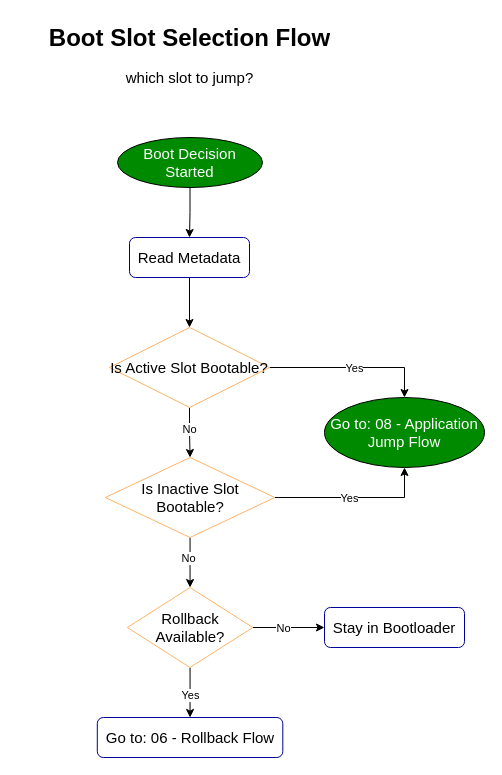
Above: page "07 - Boot Decision Flow" (8 of 9) of docs/HEXBOOT_F0_Architecture.drawio in brajogopal/HEXBOOT_F0 (draw.io), before the change. Source tidied: cells renumbered, new cells numbered last; positions are measured from the earlier drawing's top-left corner, leaving out a move shared by most shapes. Both pictures are drawn from the tidied source at 100%, with x=0, y=0 at pixel (17, 17).
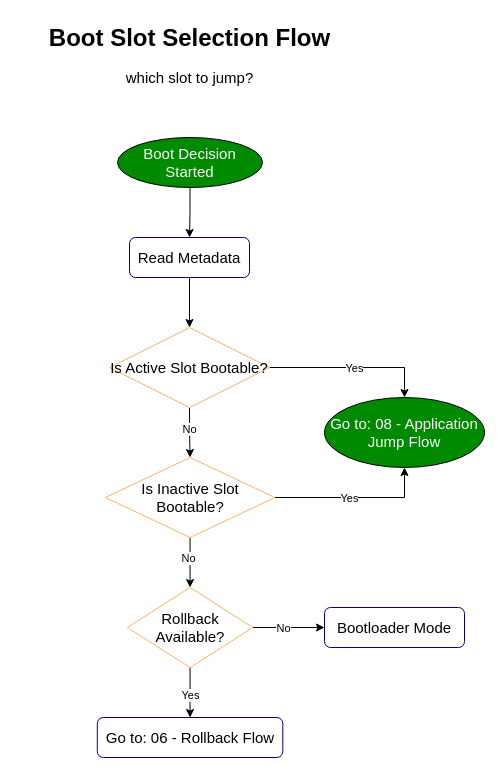
The same diagram, later.

Diff of the diagram source:
```diff
@@
-    <mxCell id="24" value="&lt;font style=&quot;font-size: 15px;&quot;&gt;Stay in Bootloader&lt;/font&gt;" style="rounded=1;whiteSpace=wrap;html=1;strokeColor=#000099;" parent="1" vertex="1">
+    <mxCell id="24" value="&lt;font style=&quot;font-size: 15px;&quot;&gt;Bootloader Mode&lt;/font&gt;" style="rounded=1;whiteSpace=wrap;html=1;strokeColor=#000099;" parent="1" vertex="1">
       <mxGeometry x="307" y="590" width="140" height="40" as="geometry" />
     </mxCell>
```
